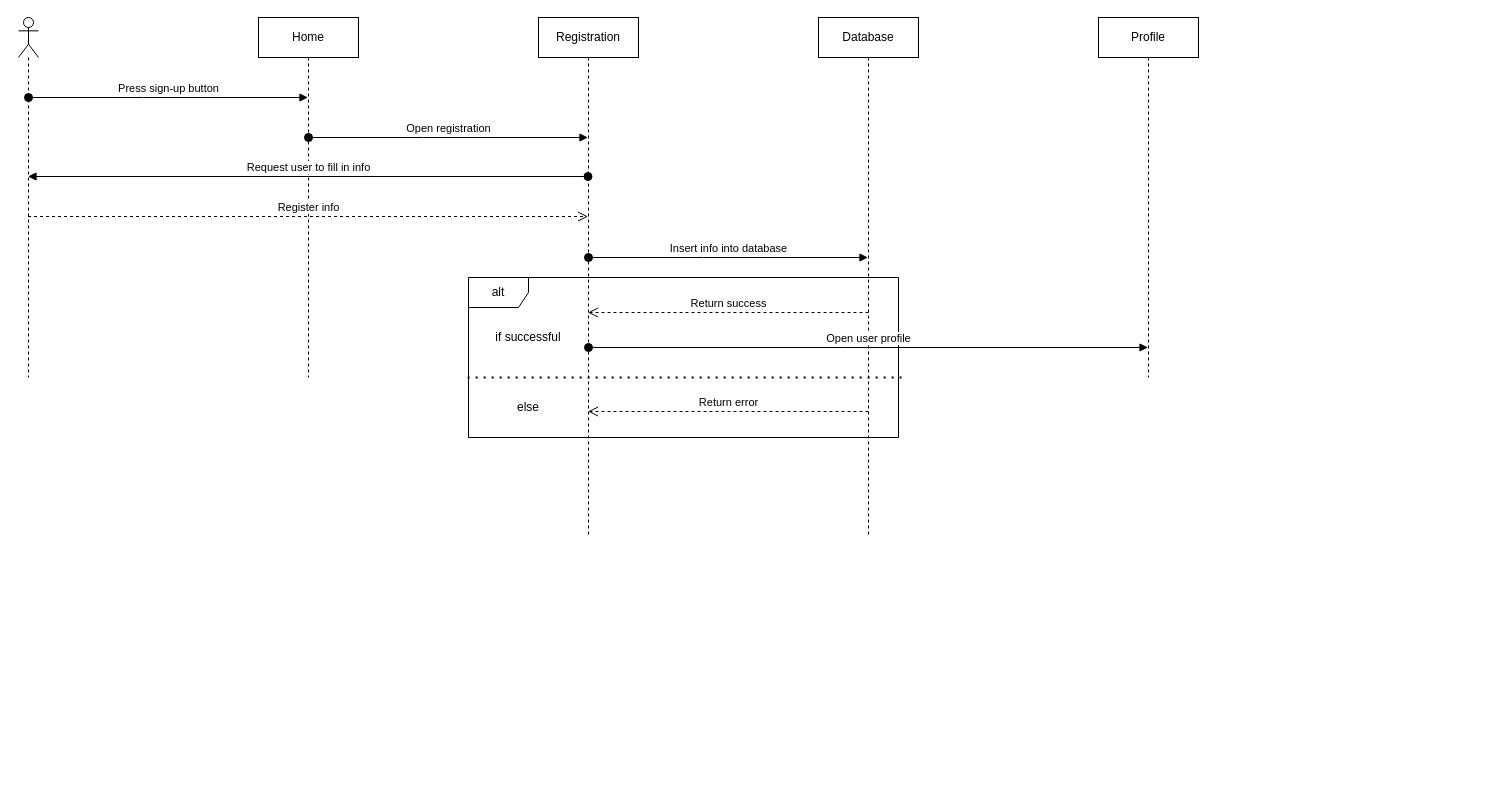
Above: docs/diagrams/sequence/linguaFlashRegisterSequenceDiagram.drawio in empty-works/lingua-flash (draw.io), before the change. Source tidied: cells renumbered, new cells numbered last; positions are measured from the earlier drawing's top-left corner, leaving out a move shared by most shapes. Both pictures are drawn from the tidied source at 100%, with x=0, y=0 at pixel (18, 17).
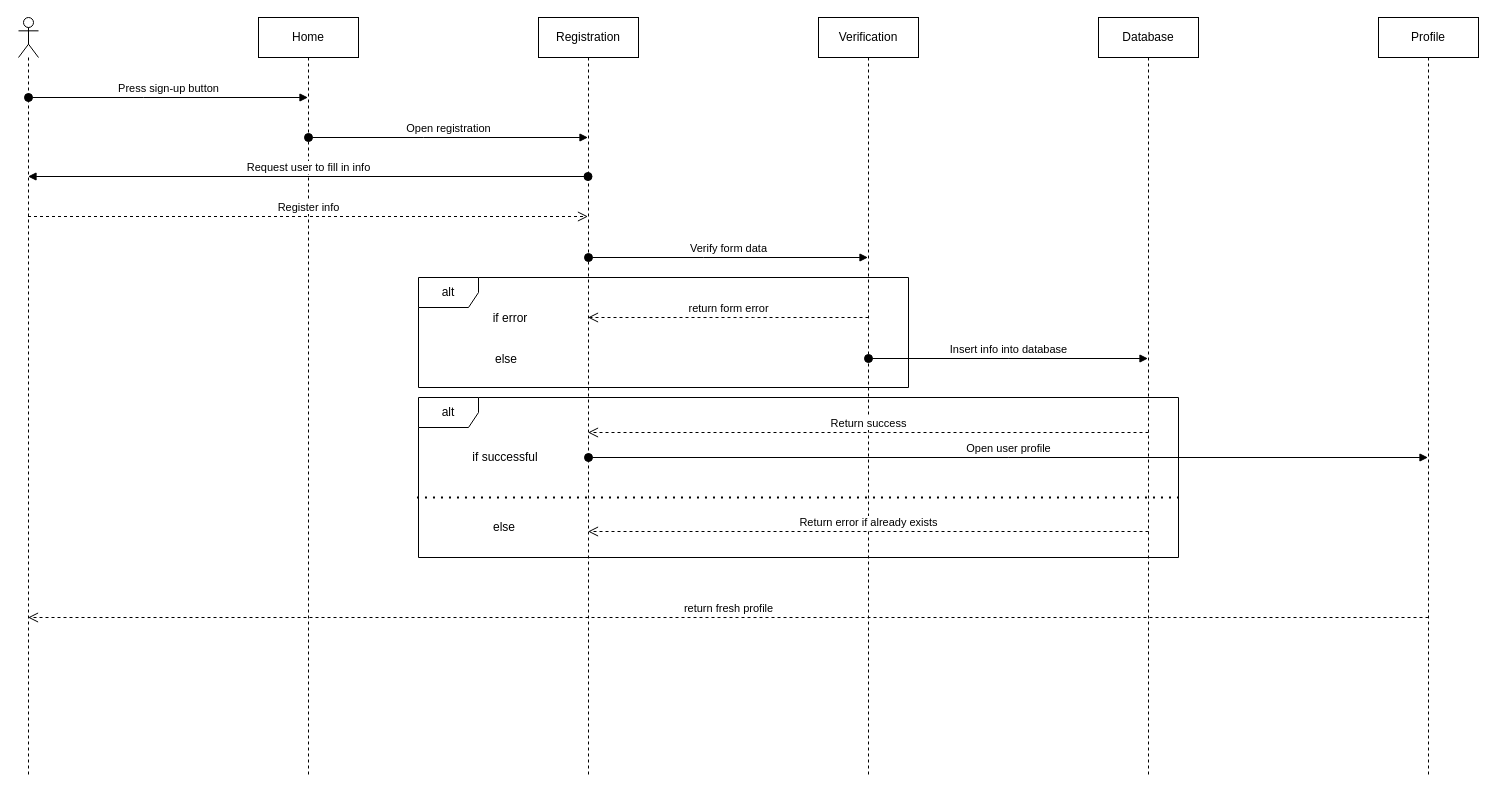
The same page after the edit.

Diff of the diagram source:
```diff
@@
     <mxCell id="2" style="shape=umlLifeline;perimeter=lifelinePerimeter;whiteSpace=wrap;html=1;newEdgeStyle={&quot;edgeStyle&quot;:&quot;elbowEdgeStyle&quot;,&quot;elbow&quot;:&quot;vertical&quot;,&quot;curved&quot;:0,&quot;rounded&quot;:0};participant=umlActor;" parent="1" vertex="1">
-      <mxGeometry width="20" height="360" as="geometry" />
+      <mxGeometry width="20" height="760" as="geometry" />
     </mxCell>
     <mxCell id="3" value="Home" style="shape=umlLifeline;perimeter=lifelinePerimeter;whiteSpace=wrap;html=1;outlineConnect=0;portConstraint=eastwest;newEdgeStyle={&quot;edgeStyle&quot;:&quot;elbowEdgeStyle&quot;,&quot;elbow&quot;:&quot;vertical&quot;,&quot;curved&quot;:0,&quot;rounded&quot;:0};" parent="1" vertex="1">
-      <mxGeometry x="240" width="100" height="360" as="geometry" />
+      <mxGeometry x="240" width="100" height="760" as="geometry" />
     </mxCell>
     <mxCell id="4" value="Registration" style="shape=umlLifeline;perimeter=lifelinePerimeter;whiteSpace=wrap;html=1;outlineConnect=0;portConstraint=eastwest;newEdgeStyle={&quot;edgeStyle&quot;:&quot;elbowEdgeStyle&quot;,&quot;elbow&quot;:&quot;vertical&quot;,&quot;curved&quot;:0,&quot;rounded&quot;:0};" parent="1" vertex="1">
-      <mxGeometry x="520" width="100" height="520" as="geometry" />
+      <mxGeometry x="520" width="100" height="760" as="geometry" />
     </mxCell>
@@
-    <mxCell id="9" value="Database" style="shape=umlLifeline;perimeter=lifelinePerimeter;whiteSpace=wrap;html=1;outlineConnect=0;portConstraint=eastwest;newEdgeStyle={&quot;edgeStyle&quot;:&quot;elbowEdgeStyle&quot;,&quot;elbow&quot;:&quot;vertical&quot;,&quot;curved&quot;:0,&quot;rounded&quot;:0};" parent="1" vertex="1">
-      <mxGeometry x="800" width="100" height="520" as="geometry" />
+    <mxCell id="9" value="Verification" style="shape=umlLifeline;perimeter=lifelinePerimeter;whiteSpace=wrap;html=1;outlineConnect=0;portConstraint=eastwest;newEdgeStyle={&quot;edgeStyle&quot;:&quot;elbowEdgeStyle&quot;,&quot;elbow&quot;:&quot;vertical&quot;,&quot;curved&quot;:0,&quot;rounded&quot;:0};" parent="1" vertex="1">
+      <mxGeometry x="800" width="100" height="760" as="geometry" />
     </mxCell>
-    <mxCell id="10" value="Insert info into database" style="html=1;verticalAlign=bottom;startArrow=oval;startFill=1;endArrow=block;startSize=8;edgeStyle=elbowEdgeStyle;elbow=vertical;curved=0;rounded=0;" parent="1" edge="1" target="9">
+    <mxCell id="10" value="Insert info into database" style="html=1;verticalAlign=bottom;startArrow=oval;startFill=1;endArrow=block;startSize=8;edgeStyle=elbowEdgeStyle;elbow=vertical;curved=0;rounded=0;" parent="1" edge="1">
       <mxGeometry relative="1" as="geometry">
-        <mxPoint x="570" y="240" as="sourcePoint" />
+        <mxPoint x="850" y="341" as="sourcePoint" />
+        <mxPoint x="1129.5" y="341" as="targetPoint" />
       </mxGeometry>
     </mxCell>
-    <mxCell id="11" value="Profile" style="shape=umlLifeline;perimeter=lifelinePerimeter;whiteSpace=wrap;html=1;outlineConnect=0;portConstraint=eastwest;newEdgeStyle={&quot;edgeStyle&quot;:&quot;elbowEdgeStyle&quot;,&quot;elbow&quot;:&quot;vertical&quot;,&quot;curved&quot;:0,&quot;rounded&quot;:0};" parent="1" vertex="1">
-      <mxGeometry x="1080" width="100" height="360" as="geometry" />
+    <mxCell id="11" value="Database" style="shape=umlLifeline;perimeter=lifelinePerimeter;whiteSpace=wrap;html=1;outlineConnect=0;portConstraint=eastwest;newEdgeStyle={&quot;edgeStyle&quot;:&quot;elbowEdgeStyle&quot;,&quot;elbow&quot;:&quot;vertical&quot;,&quot;curved&quot;:0,&quot;rounded&quot;:0};" parent="1" vertex="1">
+      <mxGeometry x="1080" width="100" height="760" as="geometry" />
     </mxCell>
     <mxCell id="12" value="alt" style="shape=umlFrame;whiteSpace=wrap;html=1;" parent="1" vertex="1">
-      <mxGeometry x="450" y="260" width="430" height="160" as="geometry" />
+      <mxGeometry x="400" y="380" width="760" height="160" as="geometry" />
     </mxCell>
     <mxCell id="13" value="if successful" style="text;html=1;strokeColor=none;fillColor=none;align=center;verticalAlign=middle;whiteSpace=wrap;rounded=0;" parent="1" vertex="1">
-      <mxGeometry x="460" y="300" width="100" height="40" as="geometry" />
+      <mxGeometry x="437" y="420" width="100" height="40" as="geometry" />
     </mxCell>
     <mxCell id="14" value="Return success" style="html=1;verticalAlign=bottom;endArrow=open;dashed=1;endSize=8;edgeStyle=elbowEdgeStyle;elbow=vertical;curved=0;rounded=0;" parent="1" edge="1">
       <mxGeometry relative="1" as="geometry">
-        <mxPoint x="850" y="295" as="sourcePoint" />
-        <mxPoint x="569.5" y="295" as="targetPoint" />
+        <mxPoint x="1130" y="415" as="sourcePoint" />
+        <mxPoint x="569.5" y="415" as="targetPoint" />
       </mxGeometry>
     </mxCell>
@@
-    <mxCell id="16" value="Open user profile" style="html=1;verticalAlign=bottom;startArrow=oval;startFill=1;endArrow=block;startSize=8;edgeStyle=elbowEdgeStyle;elbow=vertical;curved=0;rounded=0;" parent="1" edge="1" target="11">
+    <mxCell id="16" value="Open user profile" style="html=1;verticalAlign=bottom;startArrow=oval;startFill=1;endArrow=block;startSize=8;edgeStyle=elbowEdgeStyle;elbow=vertical;curved=0;rounded=0;" parent="1" edge="1">
       <mxGeometry relative="1" as="geometry">
-        <mxPoint x="570" y="330" as="sourcePoint" />
+        <mxPoint x="570" y="440" as="sourcePoint" />
+        <mxPoint x="1409.5" y="440" as="targetPoint" />
       </mxGeometry>
     </mxCell>
     <mxCell id="17" value="else" style="text;html=1;strokeColor=none;fillColor=none;align=center;verticalAlign=middle;whiteSpace=wrap;rounded=0;" parent="1" vertex="1">
-      <mxGeometry x="460" y="370" width="100" height="40" as="geometry" />
+      <mxGeometry x="436" y="490" width="100" height="40" as="geometry" />
     </mxCell>
-    <mxCell id="18" value="Return error" style="html=1;verticalAlign=bottom;endArrow=open;dashed=1;endSize=8;edgeStyle=elbowEdgeStyle;elbow=vertical;curved=0;rounded=0;" parent="1" edge="1">
+    <mxCell id="18" value="Return error if already exists" style="html=1;verticalAlign=bottom;endArrow=open;dashed=1;endSize=8;edgeStyle=elbowEdgeStyle;elbow=vertical;curved=0;rounded=0;" parent="1" edge="1">
       <mxGeometry relative="1" as="geometry">
-        <mxPoint x="850" y="394" as="sourcePoint" />
-        <mxPoint x="569.5" y="394" as="targetPoint" />
+        <mxPoint x="1130" y="514" as="sourcePoint" />
+        <mxPoint x="569.5" y="514" as="targetPoint" />
       </mxGeometry>
     </mxCell>
+    <mxCell id="19" value="Profile" style="shape=umlLifeline;perimeter=lifelinePerimeter;whiteSpace=wrap;html=1;newEdgeStyle={&quot;edgeStyle&quot;:&quot;elbowEdgeStyle&quot;,&quot;elbow&quot;:&quot;vertical&quot;,&quot;curved&quot;:0,&quot;rounded&quot;:0};" parent="1" vertex="1">
+      <mxGeometry x="1360" width="100" height="760" as="geometry" />
+    </mxCell>
+    <mxCell id="20" value="alt" style="shape=umlFrame;whiteSpace=wrap;html=1;" parent="1" vertex="1">
+      <mxGeometry x="400" y="260" width="490" height="110" as="geometry" />
+    </mxCell>
+    <mxCell id="21" value="Verify form data" style="html=1;verticalAlign=bottom;startArrow=oval;startFill=1;endArrow=block;startSize=8;edgeStyle=elbowEdgeStyle;elbow=vertical;curved=0;rounded=0;" parent="1" edge="1" target="9">
+      <mxGeometry relative="1" as="geometry">
+        <mxPoint x="570" y="240" as="sourcePoint" />
+      </mxGeometry>
+    </mxCell>
+    <mxCell id="22" value="if error" style="text;html=1;strokeColor=none;fillColor=none;align=center;verticalAlign=middle;whiteSpace=wrap;rounded=0;" parent="1" vertex="1">
+      <mxGeometry x="442" y="281" width="100" height="40" as="geometry" />
+    </mxCell>
+    <mxCell id="23" value="else" style="text;html=1;strokeColor=none;fillColor=none;align=center;verticalAlign=middle;whiteSpace=wrap;rounded=0;" parent="1" vertex="1">
+      <mxGeometry x="438" y="322" width="100" height="40" as="geometry" />
+    </mxCell>
+    <mxCell id="24" value="return form error" style="html=1;verticalAlign=bottom;endArrow=open;dashed=1;endSize=8;edgeStyle=elbowEdgeStyle;elbow=vertical;curved=0;rounded=0;" parent="1" edge="1" target="4">
+      <mxGeometry relative="1" as="geometry">
+        <mxPoint x="850" y="300" as="sourcePoint" />
+      </mxGeometry>
+    </mxCell>
+    <mxCell id="25" value="return fresh profile" style="html=1;verticalAlign=bottom;endArrow=open;dashed=1;endSize=8;edgeStyle=elbowEdgeStyle;elbow=vertical;curved=0;rounded=0;" parent="1" edge="1">
+      <mxGeometry relative="1" as="geometry">
+        <mxPoint x="1410" y="600" as="sourcePoint" />
+        <mxPoint x="9.5" y="600" as="targetPoint" />
+      </mxGeometry>
+    </mxCell>
```
